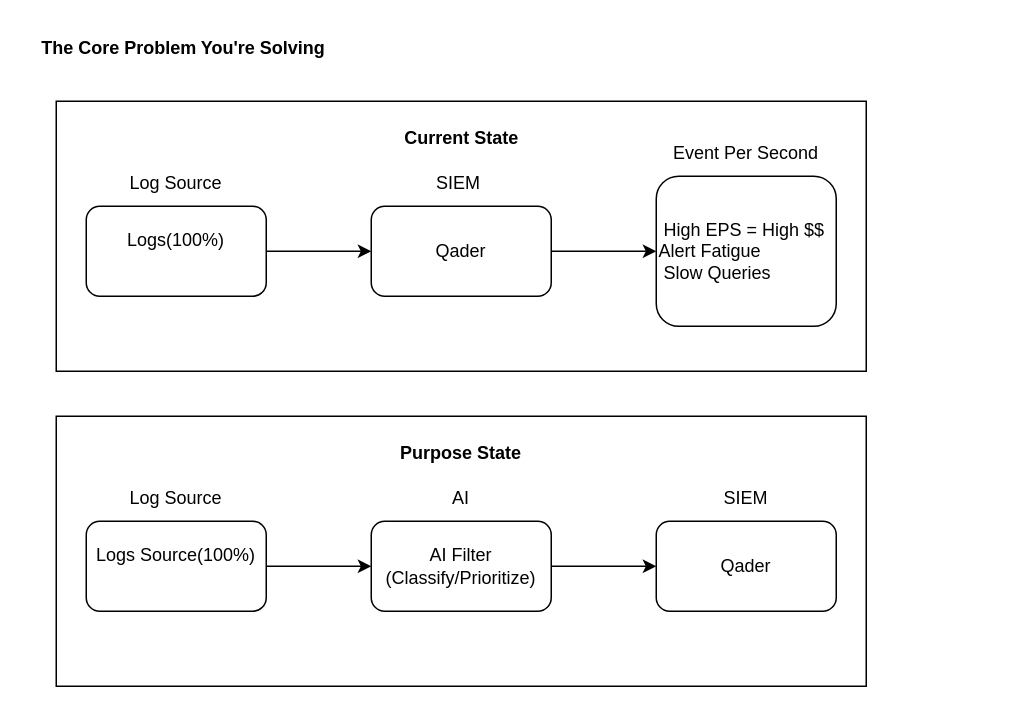
The draw.io diagram page "Core-Problem" (3 of 6) of senior-project.drawio in Jacob-Valor/Database-Design, before the edit. Source tidied: cells renumbered, new cells numbered last; positions are measured from the earlier drawing's top-left corner, leaving out a move shared by most shapes. Both pictures are drawn from the tidied source at 150%, with x=0, y=0 at pixel (26, 26).
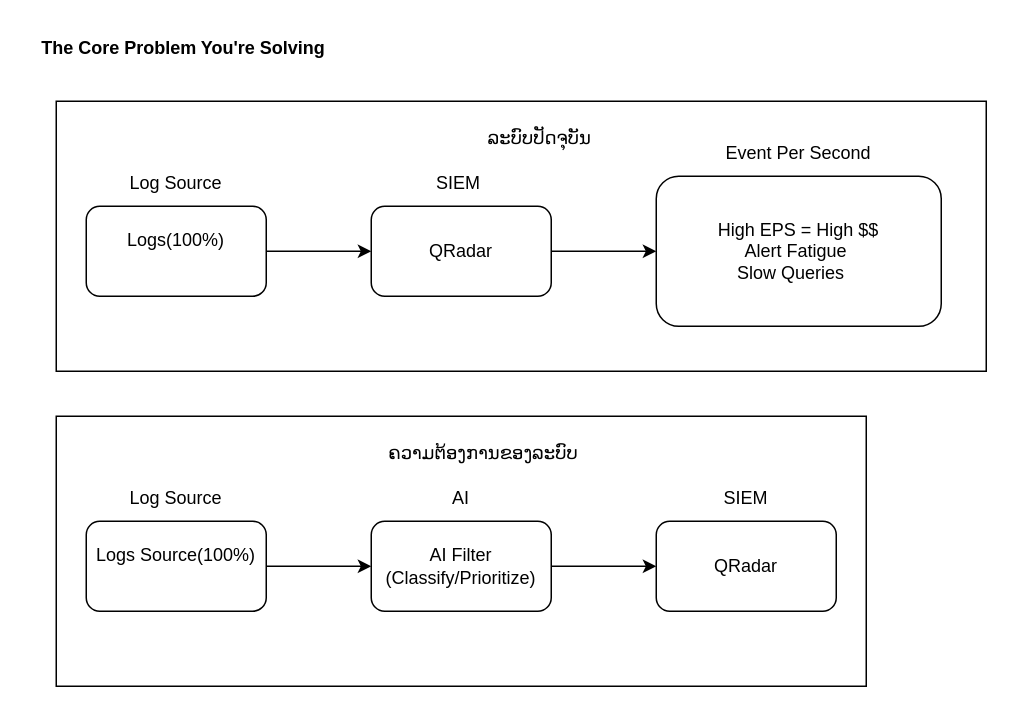
After the change.

What changed in the source:
```diff
@@
     <mxCell id="2" style="rounded=0;whiteSpace=wrap;html=1;" parent="1" vertex="1">
-      <mxGeometry x="20" y="50" width="540" height="180" as="geometry" />
+      <mxGeometry x="20" y="50" width="620" height="180" as="geometry" />
     </mxCell>
@@
-    <mxCell id="6" value="&lt;div&gt;Qader&lt;/div&gt;" style="rounded=1;whiteSpace=wrap;html=1;" parent="1" vertex="1">
+    <mxCell id="6" value="&lt;div&gt;QRadar&lt;/div&gt;" style="rounded=1;whiteSpace=wrap;html=1;" parent="1" vertex="1">
       <mxGeometry x="230" y="120" width="120" height="60" as="geometry" />
     </mxCell>
-    <mxCell id="7" value="&lt;div align=&quot;left&quot;&gt;&amp;nbsp;High EPS = High $$&amp;nbsp;&lt;/div&gt;&lt;div align=&quot;left&quot;&gt;Alert Fatigue&amp;nbsp;&lt;/div&gt;&lt;div align=&quot;left&quot;&gt;&amp;nbsp;Slow Queries&amp;nbsp; &amp;nbsp;&amp;nbsp;&lt;/div&gt;" style="rounded=1;whiteSpace=wrap;html=1;align=left;" parent="1" vertex="1">
-      <mxGeometry x="420" y="100" width="120" height="100" as="geometry" />
+    <mxCell id="7" value="&lt;div align=&quot;center&quot;&gt;&amp;nbsp;High EPS = High $$&amp;nbsp;&lt;/div&gt;&lt;div align=&quot;center&quot;&gt;Alert Fatigue&amp;nbsp;&lt;/div&gt;&lt;div align=&quot;center&quot;&gt;&amp;nbsp;Slow Queries&amp;nbsp; &amp;nbsp;&amp;nbsp;&lt;/div&gt;" style="rounded=1;whiteSpace=wrap;html=1;align=center;" parent="1" vertex="1">
+      <mxGeometry x="420" y="100" width="190" height="100" as="geometry" />
     </mxCell>
-    <mxCell id="8" value="&lt;div&gt;&lt;b&gt;Current State&lt;/b&gt;&lt;/div&gt;" style="text;html=1;whiteSpace=wrap;strokeColor=none;fillColor=none;align=center;verticalAlign=middle;rounded=0;" parent="1" vertex="1">
-      <mxGeometry x="237.5" y="60" width="105" height="30" as="geometry" />
+    <mxCell id="8" value="ລະບົບປັດຈຸບັນ" style="text;html=1;whiteSpace=wrap;strokeColor=none;fillColor=none;align=center;verticalAlign=middle;rounded=0;" parent="1" vertex="1">
+      <mxGeometry x="290" y="60" width="105" height="30" as="geometry" />
     </mxCell>
     <mxCell id="9" value="Event Per Second" style="text;html=1;whiteSpace=wrap;strokeColor=none;fillColor=none;align=center;verticalAlign=middle;rounded=0;" parent="1" vertex="1">
-      <mxGeometry x="420" y="70" width="120" height="30" as="geometry" />
+      <mxGeometry x="455" y="70" width="120" height="30" as="geometry" />
     </mxCell>
@@
-    <mxCell id="15" value="&lt;div&gt;&lt;b&gt;Purpose State&lt;/b&gt;&lt;/div&gt;" style="text;html=1;whiteSpace=wrap;strokeColor=none;fillColor=none;align=center;verticalAlign=middle;rounded=0;" parent="1" vertex="1">
-      <mxGeometry x="240" y="270" width="100" height="30" as="geometry" />
+    <mxCell id="15" value="ຄວາມຕ້ອງການຂອງລະບົບ" style="text;html=1;whiteSpace=wrap;strokeColor=none;fillColor=none;align=center;verticalAlign=middle;rounded=0;" parent="1" vertex="1">
+      <mxGeometry x="230" y="270" width="150" height="30" as="geometry" />
     </mxCell>
-    <mxCell id="16" value="Qader" style="rounded=1;whiteSpace=wrap;html=1;" parent="1" vertex="1">
+    <mxCell id="16" value="QRadar" style="rounded=1;whiteSpace=wrap;html=1;" parent="1" vertex="1">
       <mxGeometry x="420" y="330" width="120" height="60" as="geometry" />
     </mxCell>
```
